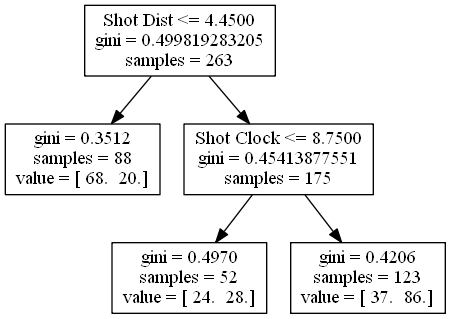
Earlier version of the Graphviz export goran_dragic.png (bveber/Analyze_NBA). Its source is kept beside it as goran_dragic.dot.
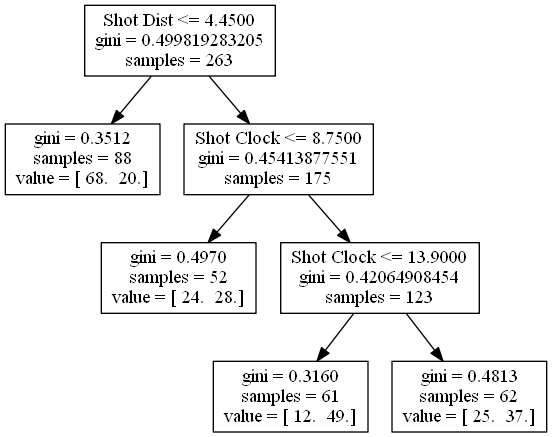
The same file after the commit.

Diff of the diagram source:
```diff
@@ -6,6 +6,10 @@
 0 -> 2 ;
 3 [label="gini = 0.4970\nsamples = 52\nvalue = [ 24.  28.]", shape="box"] ;
 2 -> 3 ;
-4 [label="gini = 0.4206\nsamples = 123\nvalue = [ 37.  86.]", shape="box"] ;
+4 [label="Shot Clock <= 13.9000\ngini = 0.42064908454\nsamples = 123", shape="box"] ;
 2 -> 4 ;
+5 [label="gini = 0.3160\nsamples = 61\nvalue = [ 12.  49.]", shape="box"] ;
+4 -> 5 ;
+6 [label="gini = 0.4813\nsamples = 62\nvalue = [ 25.  37.]", shape="box"] ;
+4 -> 6 ;
 }
```
